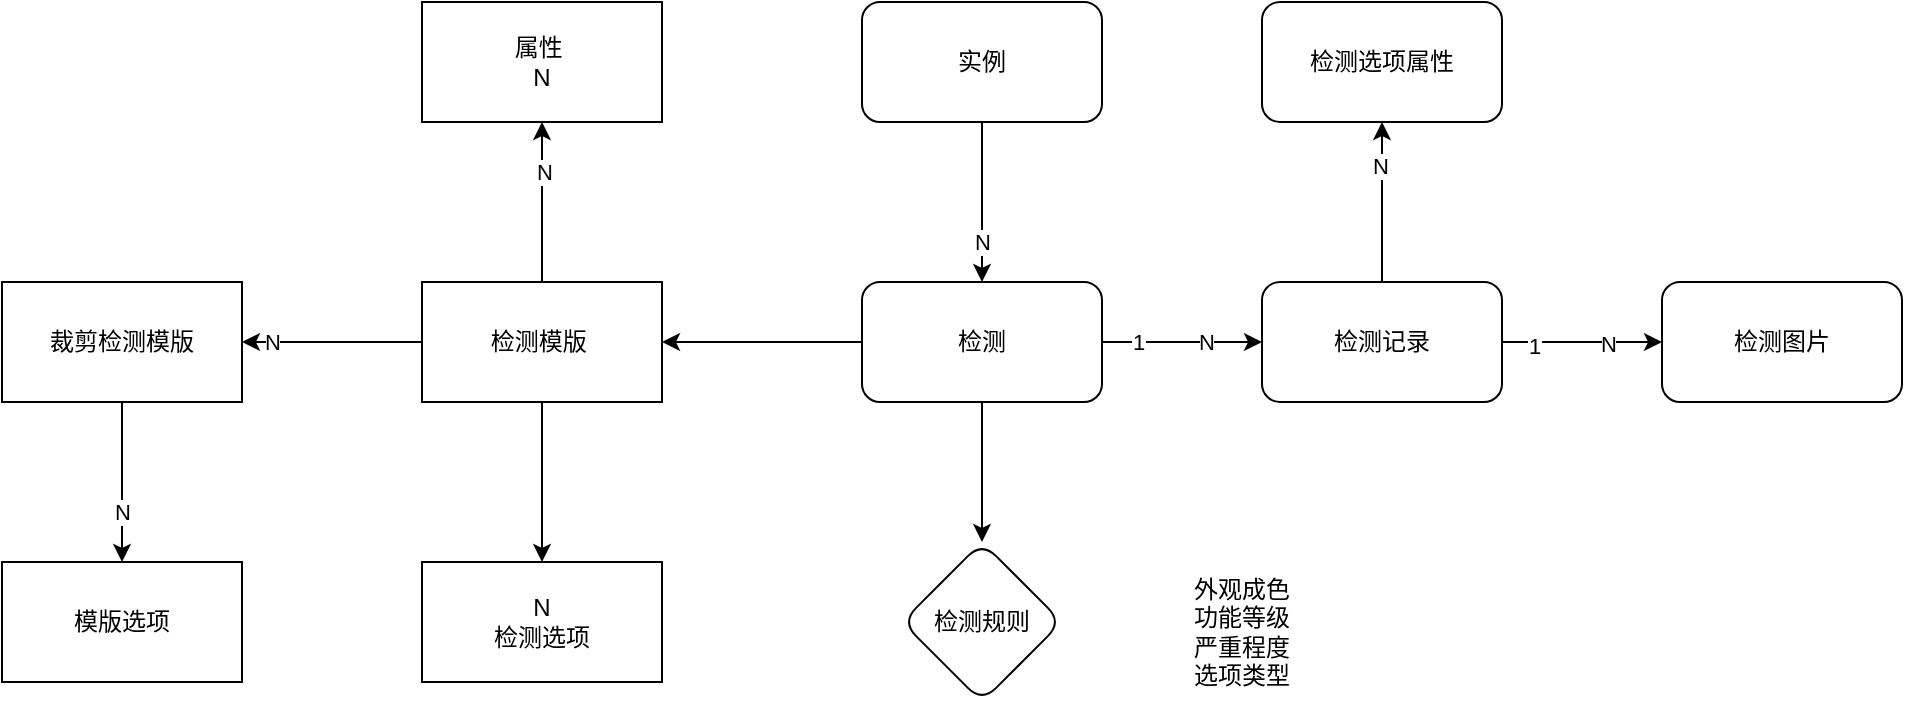
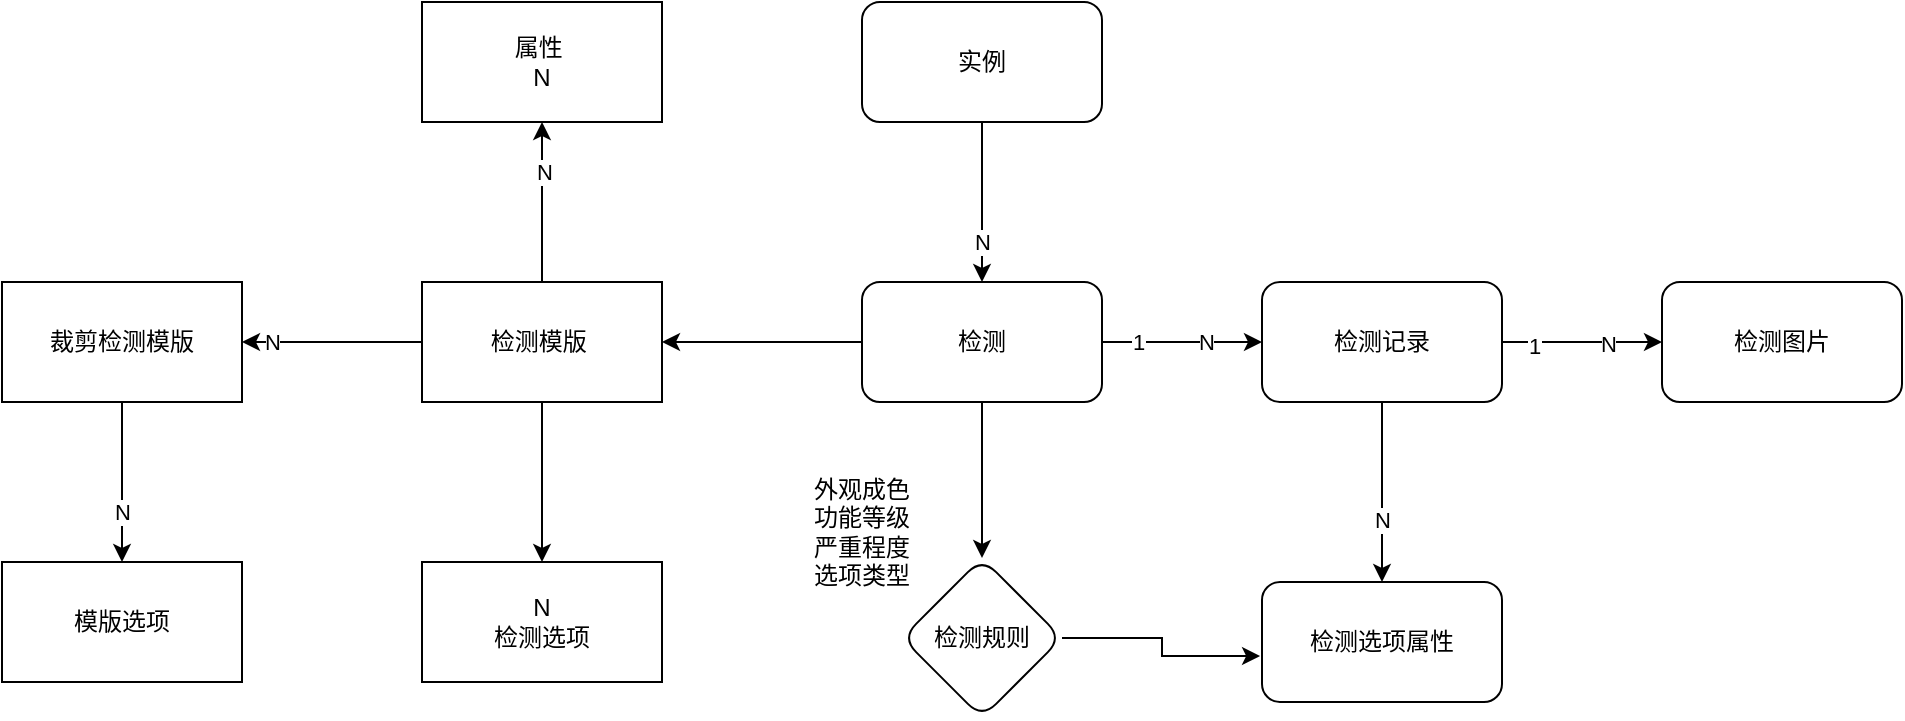
<mxfile host="app.diagrams.net">
  <diagram name="第 1 页" id="LA-jy7n6BKZQzUcaMMq-">
    <mxGraphModel dx="2072" dy="723" grid="1" gridSize="10" guides="1" tooltips="1" connect="1" arrows="1" fold="1" page="1" pageScale="1" pageWidth="827" pageHeight="1169" math="0" shadow="0">
      <root>
        <mxCell id="0" />
        <mxCell id="1" parent="0" />
        <mxCell id="AmzQcyvE6vDkLWidxVXR-7" edge="1" parent="1" source="AmzQcyvE6vDkLWidxVXR-1" style="edgeStyle=orthogonalEdgeStyle;rounded=0;orthogonalLoop=1;jettySize=auto;html=1;" target="AmzQcyvE6vDkLWidxVXR-6" value="">
          <mxGeometry relative="1" as="geometry" />
        </mxCell>
        <mxCell id="yKbhPn4r4hcxx-XKSXkL-19" connectable="0" parent="AmzQcyvE6vDkLWidxVXR-7" style="edgeLabel;html=1;align=center;verticalAlign=middle;resizable=0;points=[];" value="N" vertex="1">
          <mxGeometry relative="1" x="0.375" y="-1" as="geometry">
            <mxPoint as="offset" />
          </mxGeometry>
        </mxCell>
        <mxCell id="AmzQcyvE6vDkLWidxVXR-9" edge="1" parent="1" source="AmzQcyvE6vDkLWidxVXR-1" style="edgeStyle=orthogonalEdgeStyle;rounded=0;orthogonalLoop=1;jettySize=auto;html=1;" target="AmzQcyvE6vDkLWidxVXR-8" value="">
          <mxGeometry relative="1" as="geometry" />
        </mxCell>
        <mxCell id="yKbhPn4r4hcxx-XKSXkL-20" connectable="0" parent="AmzQcyvE6vDkLWidxVXR-9" style="edgeLabel;html=1;align=center;verticalAlign=middle;resizable=0;points=[];" value="N" vertex="1">
          <mxGeometry relative="1" x="0.6667" as="geometry">
            <mxPoint as="offset" />
          </mxGeometry>
        </mxCell>
        <mxCell id="yKbhPn4r4hcxx-XKSXkL-2" edge="1" parent="1" source="AmzQcyvE6vDkLWidxVXR-1" style="edgeStyle=orthogonalEdgeStyle;rounded=0;orthogonalLoop=1;jettySize=auto;html=1;" target="yKbhPn4r4hcxx-XKSXkL-1" value="">
          <mxGeometry relative="1" as="geometry" />
        </mxCell>
        <mxCell id="AmzQcyvE6vDkLWidxVXR-1" parent="1" style="rounded=0;whiteSpace=wrap;html=1;" value="检测模版&amp;nbsp;" vertex="1">
          <mxGeometry height="60" width="120" x="60" y="300" as="geometry" />
        </mxCell>
        <mxCell id="AmzQcyvE6vDkLWidxVXR-6" parent="1" style="whiteSpace=wrap;html=1;rounded=0;" value="属性&amp;nbsp;&lt;br&gt;N" vertex="1">
          <mxGeometry height="60" width="120" x="60" y="160" as="geometry" />
        </mxCell>
        <mxCell id="yKbhPn4r4hcxx-XKSXkL-22" edge="1" parent="1" source="AmzQcyvE6vDkLWidxVXR-8" style="edgeStyle=orthogonalEdgeStyle;rounded=0;orthogonalLoop=1;jettySize=auto;html=1;" target="yKbhPn4r4hcxx-XKSXkL-21" value="">
          <mxGeometry relative="1" as="geometry" />
        </mxCell>
        <mxCell id="yKbhPn4r4hcxx-XKSXkL-23" connectable="0" parent="yKbhPn4r4hcxx-XKSXkL-22" style="edgeLabel;html=1;align=center;verticalAlign=middle;resizable=0;points=[];" value="N" vertex="1">
          <mxGeometry relative="1" x="0.375" as="geometry">
            <mxPoint as="offset" />
          </mxGeometry>
        </mxCell>
        <mxCell id="AmzQcyvE6vDkLWidxVXR-8" parent="1" style="whiteSpace=wrap;html=1;rounded=0;" value="裁剪检测模版" vertex="1">
          <mxGeometry height="60" width="120" x="-150" y="300" as="geometry" />
        </mxCell>
        <mxCell id="yKbhPn4r4hcxx-XKSXkL-1" parent="1" style="whiteSpace=wrap;html=1;rounded=0;" value="N&lt;br&gt;检测选项" vertex="1">
          <mxGeometry height="60" width="120" x="60" y="440" as="geometry" />
        </mxCell>
        <mxCell id="yKbhPn4r4hcxx-XKSXkL-5" edge="1" parent="1" source="yKbhPn4r4hcxx-XKSXkL-3" style="edgeStyle=orthogonalEdgeStyle;rounded=0;orthogonalLoop=1;jettySize=auto;html=1;" target="yKbhPn4r4hcxx-XKSXkL-4" value="">
          <mxGeometry relative="1" as="geometry" />
        </mxCell>
        <mxCell id="yKbhPn4r4hcxx-XKSXkL-17" connectable="0" parent="yKbhPn4r4hcxx-XKSXkL-5" style="edgeLabel;html=1;align=center;verticalAlign=middle;resizable=0;points=[];" value="N" vertex="1">
          <mxGeometry relative="1" x="0.3625" y="3" as="geometry">
            <mxPoint x="-3" y="5" as="offset" />
          </mxGeometry>
        </mxCell>
        <mxCell id="yKbhPn4r4hcxx-XKSXkL-3" parent="1" style="rounded=1;whiteSpace=wrap;html=1;" value="实例" vertex="1">
          <mxGeometry height="60" width="120" x="280" y="160" as="geometry" />
        </mxCell>
        <mxCell id="yKbhPn4r4hcxx-XKSXkL-7" edge="1" parent="1" source="yKbhPn4r4hcxx-XKSXkL-4" style="edgeStyle=orthogonalEdgeStyle;rounded=0;orthogonalLoop=1;jettySize=auto;html=1;" target="AmzQcyvE6vDkLWidxVXR-1" value="">
          <mxGeometry relative="1" as="geometry" />
        </mxCell>
        <mxCell id="yKbhPn4r4hcxx-XKSXkL-9" edge="1" parent="1" source="yKbhPn4r4hcxx-XKSXkL-4" style="edgeStyle=orthogonalEdgeStyle;rounded=0;orthogonalLoop=1;jettySize=auto;html=1;" target="yKbhPn4r4hcxx-XKSXkL-8" value="">
          <mxGeometry relative="1" as="geometry" />
        </mxCell>
        <mxCell id="yKbhPn4r4hcxx-XKSXkL-12" connectable="0" parent="yKbhPn4r4hcxx-XKSXkL-9" style="edgeLabel;html=1;align=center;verticalAlign=middle;resizable=0;points=[];" value="N" vertex="1">
          <mxGeometry relative="1" x="0.3" y="1" as="geometry">
            <mxPoint y="1" as="offset" />
          </mxGeometry>
        </mxCell>
        <mxCell id="yKbhPn4r4hcxx-XKSXkL-14" connectable="0" parent="yKbhPn4r4hcxx-XKSXkL-9" style="edgeLabel;html=1;align=center;verticalAlign=middle;resizable=0;points=[];" value="1" vertex="1">
          <mxGeometry relative="1" x="-0.55" y="1" as="geometry">
            <mxPoint y="1" as="offset" />
          </mxGeometry>
        </mxCell>
        <mxCell id="yKbhPn4r4hcxx-XKSXkL-28" edge="1" parent="1" source="yKbhPn4r4hcxx-XKSXkL-4" style="edgeStyle=orthogonalEdgeStyle;rounded=0;orthogonalLoop=1;jettySize=auto;html=1;" target="yKbhPn4r4hcxx-XKSXkL-27" value="">
          <mxGeometry relative="1" as="geometry" />
        </mxCell>
        <mxCell id="yKbhPn4r4hcxx-XKSXkL-4" parent="1" style="whiteSpace=wrap;html=1;rounded=1;" value="检测" vertex="1">
          <mxGeometry height="60" width="120" x="280" y="300" as="geometry" />
        </mxCell>
        <mxCell id="yKbhPn4r4hcxx-XKSXkL-11" edge="1" parent="1" source="yKbhPn4r4hcxx-XKSXkL-8" style="edgeStyle=orthogonalEdgeStyle;rounded=0;orthogonalLoop=1;jettySize=auto;html=1;" target="yKbhPn4r4hcxx-XKSXkL-10" value="">
          <mxGeometry relative="1" as="geometry" />
        </mxCell>
        <mxCell id="yKbhPn4r4hcxx-XKSXkL-15" connectable="0" parent="yKbhPn4r4hcxx-XKSXkL-11" style="edgeLabel;html=1;align=center;verticalAlign=middle;resizable=0;points=[];" value="1" vertex="1">
          <mxGeometry relative="1" x="-0.6" y="-1" as="geometry">
            <mxPoint y="1" as="offset" />
          </mxGeometry>
        </mxCell>
        <mxCell id="yKbhPn4r4hcxx-XKSXkL-16" connectable="0" parent="yKbhPn4r4hcxx-XKSXkL-11" style="edgeLabel;html=1;align=center;verticalAlign=middle;resizable=0;points=[];" value="N" vertex="1">
          <mxGeometry relative="1" x="0.325" as="geometry">
            <mxPoint y="1" as="offset" />
          </mxGeometry>
        </mxCell>
-         <mxCell id="yKbhPn4r4hcxx-XKSXkL-31" edge="1" parent="1" source="yKbhPn4r4hcxx-XKSXkL-8" style="edgeStyle=orthogonalEdgeStyle;rounded=0;orthogonalLoop=1;jettySize=auto;html=1;" target="yKbhPn4r4hcxx-XKSXkL-30" value="">
+         <mxCell id="yKbhPn4r4hcxx-XKSXkL-36" edge="1" parent="1" source="yKbhPn4r4hcxx-XKSXkL-8" style="edgeStyle=orthogonalEdgeStyle;rounded=0;orthogonalLoop=1;jettySize=auto;html=1;" target="yKbhPn4r4hcxx-XKSXkL-30">
          <mxGeometry relative="1" as="geometry" />
        </mxCell>
-         <mxCell id="yKbhPn4r4hcxx-XKSXkL-32" connectable="0" parent="yKbhPn4r4hcxx-XKSXkL-31" style="edgeLabel;html=1;align=center;verticalAlign=middle;resizable=0;points=[];" value="N" vertex="1">
-           <mxGeometry relative="1" x="0.45" y="1" as="geometry">
+         <mxCell id="yKbhPn4r4hcxx-XKSXkL-37" connectable="0" parent="yKbhPn4r4hcxx-XKSXkL-36" style="edgeLabel;html=1;align=center;verticalAlign=middle;resizable=0;points=[];" value="N" vertex="1">
+           <mxGeometry relative="1" x="0.3111" as="geometry">
            <mxPoint as="offset" />
          </mxGeometry>
        </mxCell>
        <mxCell id="yKbhPn4r4hcxx-XKSXkL-8" parent="1" style="whiteSpace=wrap;html=1;rounded=1;" value="检测记录" vertex="1">
          <mxGeometry height="60" width="120" x="480" y="300" as="geometry" />
        </mxCell>
        <mxCell id="yKbhPn4r4hcxx-XKSXkL-10" parent="1" style="whiteSpace=wrap;html=1;rounded=1;" value="检测图片" vertex="1">
          <mxGeometry height="60" width="120" x="680" y="300" as="geometry" />
        </mxCell>
        <mxCell id="yKbhPn4r4hcxx-XKSXkL-21" parent="1" style="whiteSpace=wrap;html=1;rounded=0;" value="模版选项" vertex="1">
          <mxGeometry height="60" width="120" x="-150" y="440" as="geometry" />
        </mxCell>
        <mxCell id="yKbhPn4r4hcxx-XKSXkL-26" parent="1" style="text;html=1;whiteSpace=wrap;strokeColor=none;fillColor=none;align=center;verticalAlign=middle;rounded=0;" value="外观成色&lt;div&gt;功能等级&lt;/div&gt;&lt;div&gt;严重程度&lt;/div&gt;&lt;div&gt;选项类型&lt;/div&gt;" vertex="1">
-           <mxGeometry height="70" width="160" x="390" y="440" as="geometry" />
+           <mxGeometry height="70" width="160" x="200" y="390" as="geometry" />
        </mxCell>
        <mxCell id="yKbhPn4r4hcxx-XKSXkL-27" parent="1" style="rhombus;whiteSpace=wrap;html=1;rounded=1;" value="检测规则" vertex="1">
-           <mxGeometry height="80" width="80" x="300" y="430" as="geometry" />
+           <mxGeometry height="80" width="80" x="300" y="438" as="geometry" />
        </mxCell>
        <mxCell id="yKbhPn4r4hcxx-XKSXkL-30" parent="1" style="whiteSpace=wrap;html=1;rounded=1;" value="检测选项属性" vertex="1">
-           <mxGeometry height="60" width="120" x="480" y="160" as="geometry" />
+           <mxGeometry height="60" width="120" x="480" y="450" as="geometry" />
+         </mxCell>
+         <mxCell id="yKbhPn4r4hcxx-XKSXkL-35" edge="1" parent="1" source="yKbhPn4r4hcxx-XKSXkL-27" style="edgeStyle=orthogonalEdgeStyle;rounded=0;orthogonalLoop=1;jettySize=auto;html=1;entryX=-0.008;entryY=0.617;entryDx=0;entryDy=0;entryPerimeter=0;" target="yKbhPn4r4hcxx-XKSXkL-30">
+           <mxGeometry relative="1" as="geometry" />
        </mxCell>
      </root>
    </mxGraphModel>
  </diagram>
</mxfile>
